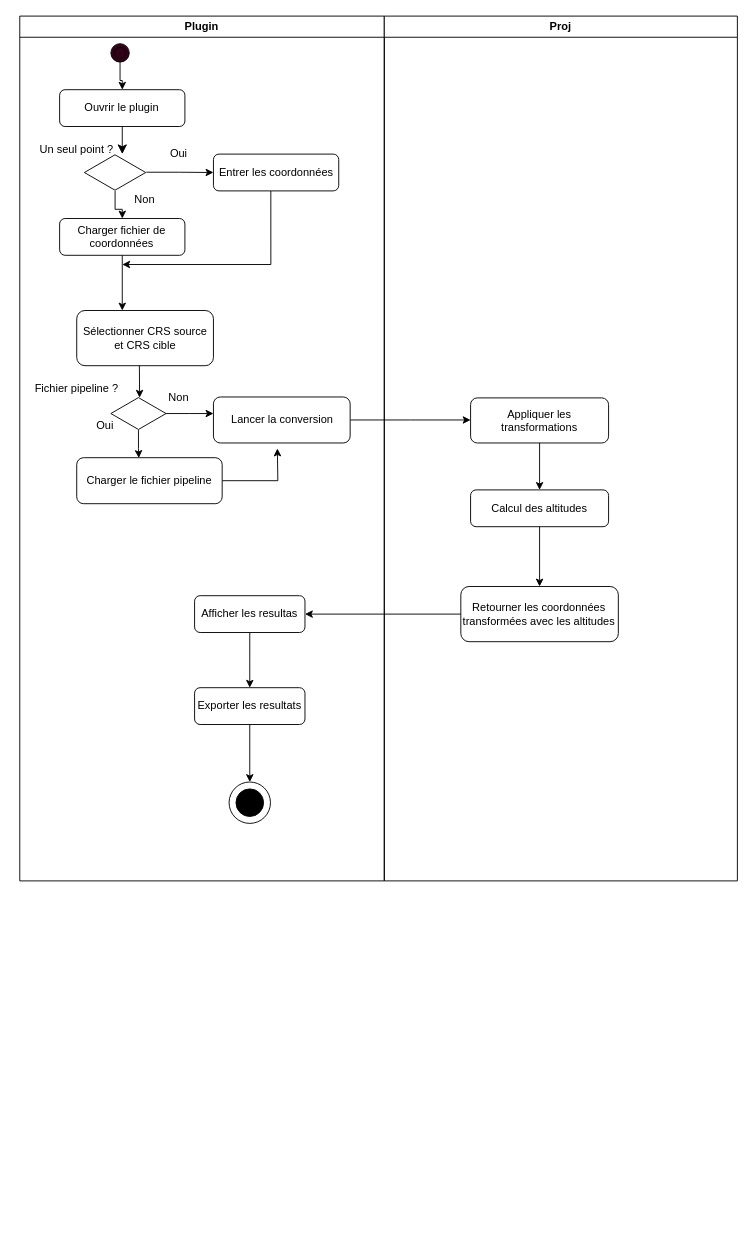
Earlier version of the draw.io diagram Diagramme d'activite.drawio (Berenice-AKA/mini). Source tidied: cells renumbered, new cells numbered last; positions are measured from the earlier drawing's top-left corner, leaving out a move shared by most shapes. Both pictures are drawn from the tidied source at 92%, with x=0, y=0 at pixel (19, 16).
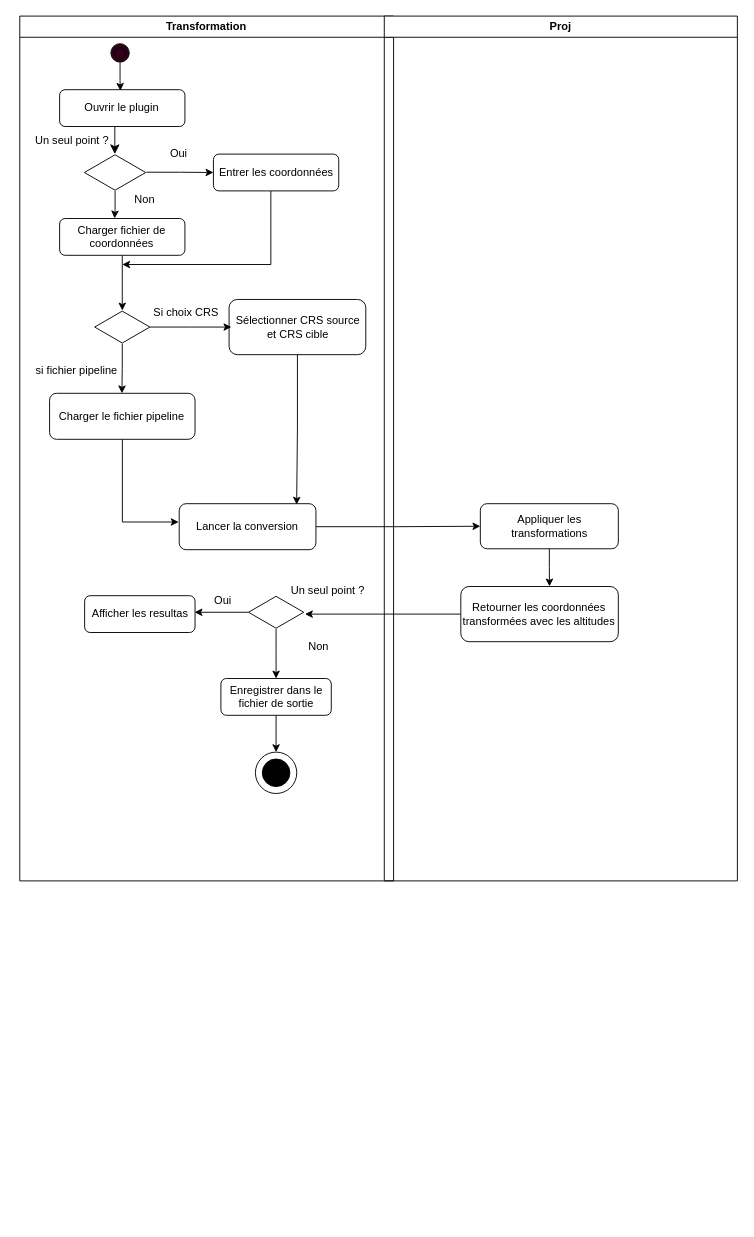
After the change.

Commit message:
Mettre à jour Diagramme d'activite.drawio

The change refers to these unchanged cells:
```xml
<mxCell id="2" style="group;" parent="1" vertex="1">
  <mxGeometry width="780" height="1310" as="geometry" />
</mxCell>
<mxCell id="4" value="Ouvrir le plugin" style="rounded=1;whiteSpace=wrap;html=1;" parent="3" vertex="1">
  <mxGeometry x="43.3" y="80" width="136.2" height="40" as="geometry" />
</mxCell>
<mxCell id="6" style="ellipse;shape=doubleEllipse;whiteSpace=wrap;html=1;fillColor=#33001A;" parent="3" vertex="1">
  <mxGeometry x="99" y="30" width="20" height="20" as="geometry" />
</mxCell>
<mxCell id="9" value="Charger fichier de coordonnées" style="rounded=1;whiteSpace=wrap;html=1;" parent="3" vertex="1">
  <mxGeometry x="43.3" y="220" width="136.2" height="40" as="geometry" />
</mxCell>
<mxCell id="14" style="html=1;whiteSpace=wrap;shape=isoRectangle;" parent="3" vertex="1">
  <mxGeometry x="70.2" y="150" width="66.7" height="40" as="geometry" />
</mxCell>
<mxCell id="36" value="Proj" style="swimlane;whiteSpace=wrap;html=1;" parent="2" vertex="1">
  <mxGeometry x="396.2" width="383.8" height="940" as="geometry" />
</mxCell>
<mxCell id="41" value="Retourner les coordonnées transformées avec les altitudes" style="rounded=1;whiteSpace=wrap;html=1;" parent="36" vertex="1">
  <mxGeometry x="83.2" y="620" width="171.2" height="60" as="geometry" />
</mxCell>
```

The edit, as a diff of the source:
```diff
@@
-    <mxCell id="3" value="Plugin" style="swimlane;whiteSpace=wrap;html=1;" parent="2" vertex="1">
-      <mxGeometry width="396.2" height="940" as="geometry" />
+    <mxCell id="3" value="Transformation" style="swimlane;whiteSpace=wrap;html=1;" parent="2" vertex="1">
+      <mxGeometry width="406.3" height="940" as="geometry" />
     </mxCell>
@@
-    <mxCell id="5" style="edgeStyle=orthogonalEdgeStyle;rounded=0;jettySize=auto;html=1;" parent="3" edge="1" source="6" target="4">
+    <mxCell id="5" style="edgeStyle=orthogonalEdgeStyle;rounded=0;jettySize=auto;html=1;entryX=0.485;entryY=0.03;entryDx=0;entryDy=0;entryPerimeter=0;" parent="3" edge="1" source="6" target="4">
       <mxGeometry relative="1" as="geometry" />
     </mxCell>
@@
-    <mxCell id="7" style="edgeStyle=segmentEdgeStyle;endArrow=classic;html=1;curved=0;rounded=0;endSize=8;startSize=8;exitX=0.5;exitY=1;exitDx=0;exitDy=0;" parent="3" edge="1" source="4">
+    <mxCell id="7" style="edgeStyle=segmentEdgeStyle;endArrow=classic;html=1;curved=0;rounded=0;endSize=8;startSize=8;exitX=0.5;exitY=1;exitDx=0;exitDy=0;" parent="3" edge="1">
       <mxGeometry relative="1" as="geometry">
-        <mxPoint x="111.4" y="150" as="targetPoint" />
+        <mxPoint x="103.3" y="120" as="sourcePoint" />
+        <mxPoint x="103.3" y="150" as="targetPoint" />
       </mxGeometry>
     </mxCell>
@@
-    <mxCell id="12" style="edgeStyle=orthogonalEdgeStyle;rounded=0;jettySize=auto;html=1;" parent="3" edge="1" source="14" target="9">
+    <mxCell id="12" style="edgeStyle=orthogonalEdgeStyle;rounded=0;jettySize=auto;html=1;entryX=0.439;entryY=-0.003;entryDx=0;entryDy=0;entryPerimeter=0;" parent="3" edge="1" source="14" target="9">
       <mxGeometry relative="1" as="geometry" />
     </mxCell>
@@
     <mxCell id="15" value="Un seul point ?" style="text;html=1;align=center;verticalAlign=middle;whiteSpace=wrap;rounded=0;" parent="3" vertex="1">
-      <mxGeometry y="130" width="123.8" height="30" as="geometry" />
+      <mxGeometry x="-4.8" y="120" width="123.8" height="30" as="geometry" />
     </mxCell>
@@
     <mxCell id="18" value="Sélectionner CRS source et CRS cible" style="rounded=1;whiteSpace=wrap;html=1;" parent="3" vertex="1">
-      <mxGeometry x="61.9" y="320" width="148.6" height="60" as="geometry" />
+      <mxGeometry x="227.5" y="308" width="148.6" height="60" as="geometry" />
     </mxCell>
     <mxCell id="19" style="edgeStyle=orthogonalEdgeStyle;rounded=0;jettySize=auto;html=1;" parent="3" edge="1" source="21">
       <mxGeometry relative="1" as="geometry">
-        <mxPoint x="210.5" y="432" as="targetPoint" />
+        <mxPoint x="230" y="338" as="targetPoint" />
       </mxGeometry>
     </mxCell>
-    <mxCell id="20" style="edgeStyle=orthogonalEdgeStyle;rounded=0;jettySize=auto;html=1;entryX=0.427;entryY=0.006;entryDx=0;entryDy=0;entryPerimeter=0;" parent="3" edge="1" source="21" target="28">
-      <mxGeometry relative="1" as="geometry" />
+    <mxCell id="20" style="edgeStyle=orthogonalEdgeStyle;rounded=0;jettySize=auto;html=1;" parent="3" edge="1" source="21">
+      <mxGeometry relative="1" as="geometry">
+        <mxPoint x="111" y="410" as="targetPoint" />
+      </mxGeometry>
     </mxCell>
     <mxCell id="21" style="html=1;whiteSpace=wrap;shape=isoRectangle;" parent="3" vertex="1">
-      <mxGeometry x="99" y="414" width="60" height="36" as="geometry" />
+      <mxGeometry x="81.4" y="320" width="60" height="36" as="geometry" />
     </mxCell>
-    <mxCell id="22" value="Fichier pipeline ?" style="text;html=1;align=center;verticalAlign=middle;whiteSpace=wrap;rounded=0;" parent="3" vertex="1">
-      <mxGeometry y="390" width="123.8" height="30" as="geometry" />
+    <mxCell id="22" value="si fichier pipeline " style="text;html=1;align=center;verticalAlign=middle;whiteSpace=wrap;rounded=0;" parent="3" vertex="1">
+      <mxGeometry y="370" width="123.8" height="30" as="geometry" />
     </mxCell>
-    <mxCell id="23" value="Non" style="text;html=1;align=center;verticalAlign=middle;whiteSpace=wrap;rounded=0;" parent="3" vertex="1">
-      <mxGeometry x="136.2" y="400" width="74.3" height="30" as="geometry" />
-    </mxCell>
-    <mxCell id="24" value="Oui" style="text;html=1;align=center;verticalAlign=middle;whiteSpace=wrap;rounded=0;" parent="3" vertex="1">
-      <mxGeometry x="61.9" y="430" width="61.9" height="30" as="geometry" />
-    </mxCell>
-    <mxCell id="25" style="edgeStyle=orthogonalEdgeStyle;rounded=0;jettySize=auto;html=1;" parent="3" edge="1" source="26">
-      <mxGeometry relative="1" as="geometry">
-        <mxPoint x="490" y="439" as="targetPoint" />
-      </mxGeometry>
-    </mxCell>
     <mxCell id="26" value="Lancer la conversion" style="rounded=1;whiteSpace=wrap;html=1;" parent="3" vertex="1">
-      <mxGeometry x="210.5" y="414" width="148.6" height="50" as="geometry" />
+      <mxGeometry x="173.3" y="530" width="148.6" height="50" as="geometry" />
     </mxCell>
-    <mxCell id="27" style="edgeStyle=orthogonalEdgeStyle;rounded=0;jettySize=auto;html=1;" parent="3" edge="1" source="28">
-      <mxGeometry relative="1" as="geometry">
-        <mxPoint x="280" y="470" as="targetPoint" />
-      </mxGeometry>
-    </mxCell>
+    <mxCell id="43" style="edgeStyle=orthogonalEdgeStyle;rounded=0;jettySize=auto;html=1;entryX=-0.004;entryY=0.398;entryDx=0;entryDy=0;entryPerimeter=0;" parent="3" edge="1" source="28" target="26">
+      <mxGeometry relative="1" as="geometry">
+        <Array as="points">
+          <mxPoint x="111" y="550" />
+        </Array>
+      </mxGeometry>
+    </mxCell>
     <mxCell id="28" value="Charger le fichier pipeline" style="rounded=1;whiteSpace=wrap;html=1;" parent="3" vertex="1">
-      <mxGeometry x="61.9" y="480" width="158.1" height="50" as="geometry" />
+      <mxGeometry x="32.4" y="410" width="158.1" height="50" as="geometry" />
     </mxCell>
-    <mxCell id="29" style="edgeStyle=orthogonalEdgeStyle;rounded=0;jettySize=auto;html=1;" parent="3" edge="1" source="30">
-      <mxGeometry relative="1" as="geometry">
-        <mxPoint x="250" y="730" as="targetPoint" />
-      </mxGeometry>
-    </mxCell>
     <mxCell id="30" value="Afficher les resultas" style="rounded=1;whiteSpace=wrap;html=1;" parent="3" vertex="1">
-      <mxGeometry x="190" y="630" width="120" height="40" as="geometry" />
+      <mxGeometry x="70.5" y="630" width="120" height="40" as="geometry" />
     </mxCell>
@@
-    <mxCell id="32" value="Exporter les resultats" style="rounded=1;whiteSpace=wrap;html=1;" parent="3" vertex="1">
-      <mxGeometry x="190" y="730" width="120" height="40" as="geometry" />
+    <mxCell id="32" value="Enregistrer dans le fichier de sortie" style="rounded=1;whiteSpace=wrap;html=1;" parent="3" vertex="1">
+      <mxGeometry x="218.6" y="720" width="120" height="40" as="geometry" />
     </mxCell>
     <mxCell id="33" style="ellipse;whiteSpace=wrap;html=1;fillColor=#000000;" parent="3" vertex="1">
-      <mxGeometry x="235" y="840" width="30" height="30" as="geometry" />
+      <mxGeometry x="263.6" y="807.5" width="30" height="30" as="geometry" />
     </mxCell>
     <mxCell id="34" style="ellipse;whiteSpace=wrap;html=1;fillColor=none;" parent="3" vertex="1">
-      <mxGeometry x="227.5" y="832.5" width="45" height="45" as="geometry" />
+      <mxGeometry x="256.1" y="800" width="45" height="45" as="geometry" />
     </mxCell>
-    <mxCell id="35" style="endArrow=classic;html=1;rounded=0;entryX=0.521;entryY=0.021;entryDx=0;entryDy=0;entryPerimeter=0;" parent="3" edge="1" target="21">
-      <mxGeometry relative="1" as="geometry">
-        <mxPoint x="130" y="380" as="sourcePoint" />
-      </mxGeometry>
-    </mxCell>
+    <mxCell id="44" value="Si choix CRS" style="text;html=1;align=center;verticalAlign=middle;whiteSpace=wrap;rounded=0;" parent="3" vertex="1">
+      <mxGeometry x="119.1" y="308" width="123.8" height="30" as="geometry" />
+    </mxCell>
+    <mxCell id="45" style="edgeStyle=orthogonalEdgeStyle;rounded=0;jettySize=auto;html=1;entryX=0.859;entryY=0.02;entryDx=0;entryDy=0;entryPerimeter=0;" parent="3" edge="1" source="18" target="26">
+      <mxGeometry relative="1" as="geometry" />
+    </mxCell>
+    <mxCell id="46" style="edgeStyle=orthogonalEdgeStyle;rounded=0;jettySize=auto;html=1;" parent="3" edge="1" source="48">
+      <mxGeometry relative="1" as="geometry">
+        <mxPoint x="190" y="648" as="targetPoint" />
+      </mxGeometry>
+    </mxCell>
+    <mxCell id="47" style="edgeStyle=orthogonalEdgeStyle;rounded=0;jettySize=auto;html=1;" parent="3" edge="1" source="48">
+      <mxGeometry relative="1" as="geometry">
+        <mxPoint x="278.6" y="720" as="targetPoint" />
+      </mxGeometry>
+    </mxCell>
+    <mxCell id="48" style="html=1;whiteSpace=wrap;shape=isoRectangle;" parent="3" vertex="1">
+      <mxGeometry x="248.6" y="630" width="60" height="36" as="geometry" />
+    </mxCell>
+    <mxCell id="49" value="Un seul point ?" style="text;html=1;align=center;verticalAlign=middle;whiteSpace=wrap;rounded=0;" parent="3" vertex="1">
+      <mxGeometry x="272.5" y="610" width="123.8" height="30" as="geometry" />
+    </mxCell>
+    <mxCell id="23" value="Non" style="text;html=1;align=center;verticalAlign=middle;whiteSpace=wrap;rounded=0;" parent="3" vertex="1">
+      <mxGeometry x="290" y="670" width="70" height="30" as="geometry" />
+    </mxCell>
+    <mxCell id="24" value="Oui" style="text;html=1;align=center;verticalAlign=middle;whiteSpace=wrap;rounded=0;" parent="3" vertex="1">
+      <mxGeometry x="186.1" y="620" width="70" height="30" as="geometry" />
+    </mxCell>
@@
     <mxCell id="37" value="Appliquer les transformations" style="rounded=1;whiteSpace=wrap;html=1;" parent="36" vertex="1">
-      <mxGeometry x="93.8" y="415" width="150" height="49" as="geometry" />
+      <mxGeometry x="104.4" y="530" width="150" height="49" as="geometry" />
     </mxCell>
-    <mxCell id="38" value="Calcul des altitudes" style="rounded=1;whiteSpace=wrap;html=1;" parent="36" vertex="1">
-      <mxGeometry x="93.8" y="515" width="150" height="40" as="geometry" />
-    </mxCell>
-    <mxCell id="39" style="edgeStyle=orthogonalEdgeStyle;rounded=0;jettySize=auto;html=1;" parent="36" edge="1" source="37" target="38">
-      <mxGeometry relative="1" as="geometry" />
-    </mxCell>
@@
-    <mxCell id="42" style="edgeStyle=orthogonalEdgeStyle;rounded=0;jettySize=auto;html=1;" parent="36" edge="1" source="38" target="41">
-      <mxGeometry relative="1" as="geometry" />
-    </mxCell>
+    <mxCell id="50" style="edgeStyle=orthogonalEdgeStyle;rounded=0;jettySize=auto;html=1;entryX=0.563;entryY=-0.002;entryDx=0;entryDy=0;entryPerimeter=0;" parent="36" edge="1" source="37" target="41">
+      <mxGeometry relative="1" as="geometry" />
+    </mxCell>
+    <mxCell id="25" style="edgeStyle=orthogonalEdgeStyle;rounded=0;jettySize=auto;html=1;entryX=0;entryY=0.5;entryDx=0;entryDy=0;" parent="2" edge="1" source="26" target="37">
+      <mxGeometry relative="1" as="geometry" />
+    </mxCell>
```
